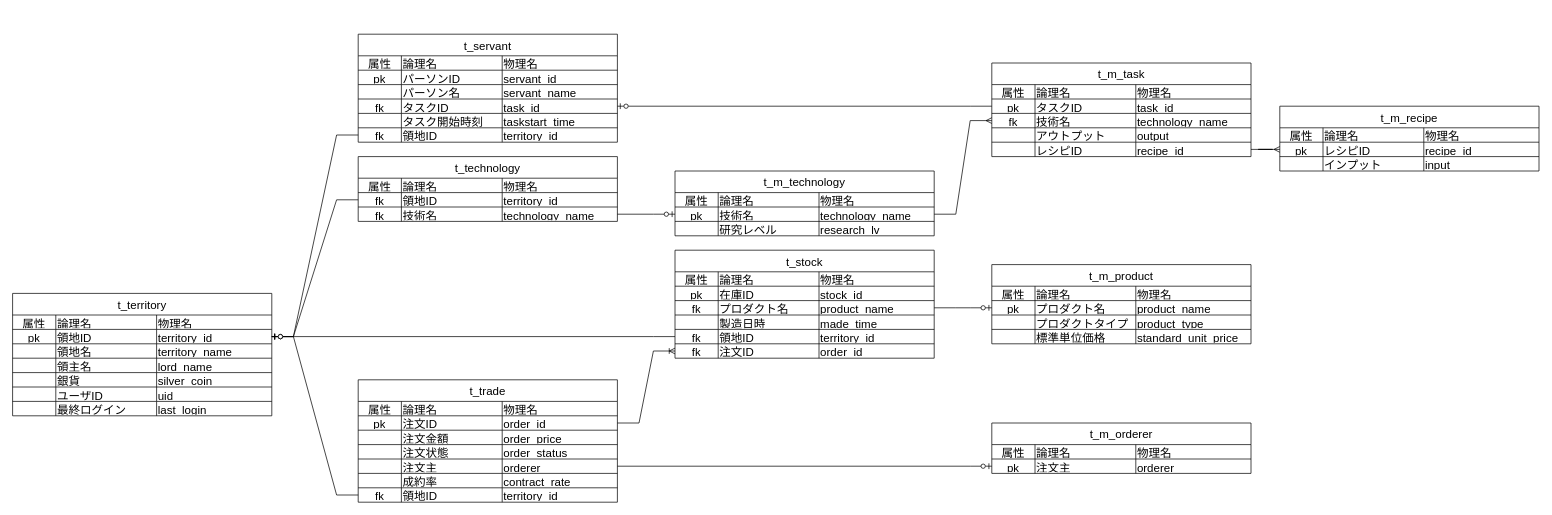
T-Miyaoka/geeklog keeps this draw.io diagram as page "ER" (1 of 4) of table.drawio. Above is the earlier version. Source tidied: cells renumbered, new cells numbered last; positions are measured from the earlier drawing's top-left corner, leaving out a move shared by most shapes. Both pictures are drawn from the tidied source at 72%, with x=0, y=0 at pixel (12, 34).
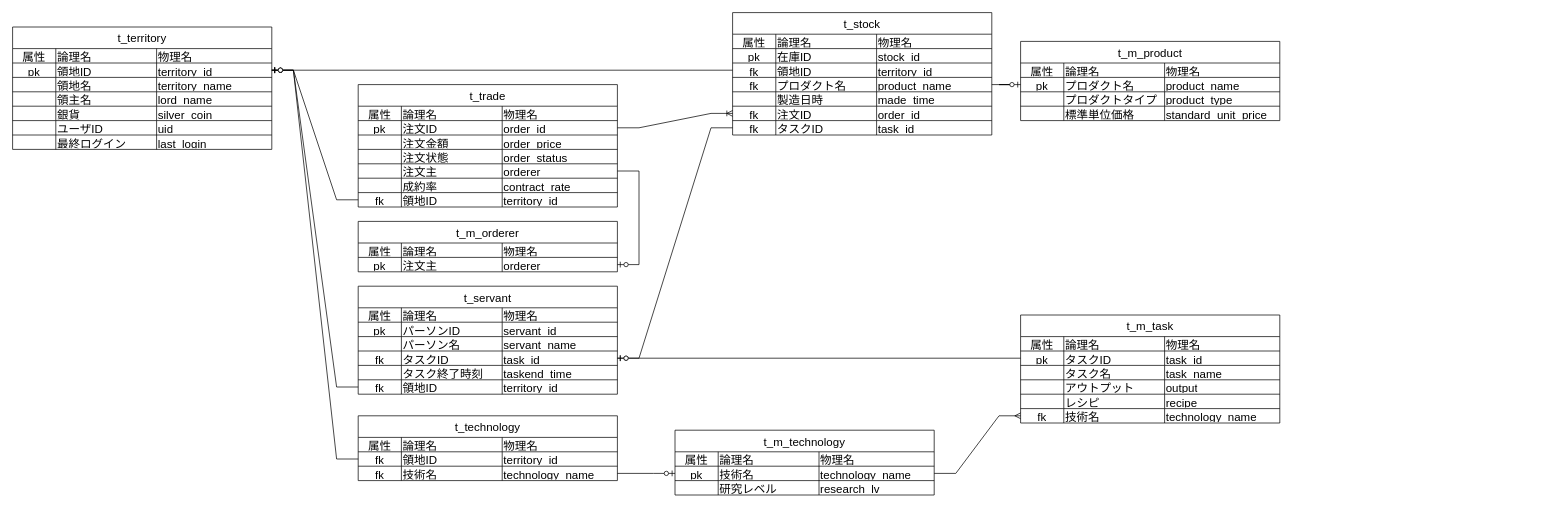
After the change.

The change refers to these unchanged cells:
```xml
<mxCell id="98" style="shape=tableRow;horizontal=0;startSize=0;swimlaneHead=0;swimlaneBody=0;strokeColor=inherit;top=0;left=0;bottom=0;right=0;fillColor=none;points=[[0,0.5],[1,0.5]];portConstraint=eastwest;fontSize=16;" parent="85" vertex="1">
  <mxGeometry y="90" width="360" height="20" as="geometry" />
</mxCell>
<mxCell id="102" style="shape=tableRow;horizontal=0;startSize=0;swimlaneHead=0;swimlaneBody=0;strokeColor=inherit;top=0;left=0;bottom=0;right=0;fillColor=none;fontSize=16;" parent="85" vertex="1">
  <mxGeometry y="110" width="360" height="20" as="geometry" />
</mxCell>
<mxCell id="141" style="shape=tableRow;horizontal=0;startSize=0;swimlaneHead=0;swimlaneBody=0;strokeColor=inherit;top=0;left=0;bottom=0;right=0;fillColor=none;points=[[0,0.5],[1,0.5]];portConstraint=eastwest;fontSize=16;" parent="124" vertex="1">
  <mxGeometry y="110" width="360" height="20" as="geometry" />
</mxCell>
```

Diff of the diagram source:
```diff
@@
     <mxCell id="2" value="t_territory" style="shape=table;startSize=30;childLayout=tableLayout;strokeColor=default;fontSize=16;align=center;" parent="1" vertex="1">
-      <mxGeometry y="360" width="360" height="170" as="geometry" />
+      <mxGeometry y="-10" width="360" height="170" as="geometry" />
     </mxCell>
@@
     <mxCell id="31" value="t_m_technology" style="shape=table;startSize=30;childLayout=tableLayout;strokeColor=default;fontSize=16;align=center;" parent="1" vertex="1">
-      <mxGeometry x="920" y="190" width="360" height="90" as="geometry" />
+      <mxGeometry x="920" y="550" width="360" height="90" as="geometry" />
     </mxCell>
@@
     <mxCell id="45" value="t_technology" style="shape=table;startSize=30;childLayout=tableLayout;strokeColor=default;fontSize=16;align=center;" parent="1" vertex="1">
-      <mxGeometry x="480" y="170" width="360" height="90" as="geometry" />
+      <mxGeometry x="480" y="530" width="360" height="90" as="geometry" />
     </mxCell>
@@
     <mxCell id="60" value="t_stock" style="shape=table;startSize=30;childLayout=tableLayout;strokeColor=default;fontSize=16;align=center;" parent="1" vertex="1">
-      <mxGeometry x="920" y="300" width="360" height="150" as="geometry" />
+      <mxGeometry x="1000" y="-30" width="360" height="170" as="geometry" />
     </mxCell>
@@
+    <mxCell id="77" style="shape=tableRow;horizontal=0;startSize=0;swimlaneHead=0;swimlaneBody=0;strokeColor=inherit;top=0;left=0;bottom=0;right=0;fillColor=none;points=[[0,0.5],[1,0.5]];portConstraint=eastwest;fontSize=16;" parent="60" vertex="1">
+      <mxGeometry y="70" width="360" height="20" as="geometry" />
+    </mxCell>
+    <mxCell id="78" value="fk" style="shape=partialRectangle;html=1;whiteSpace=wrap;strokeColor=inherit;overflow=hidden;fillColor=none;top=0;left=0;bottom=0;right=0;fontSize=16;" parent="77" vertex="1">
+      <mxGeometry width="60" height="20" as="geometry" />
+    </mxCell>
+    <mxCell id="79" value="領地ID" style="shape=partialRectangle;html=1;whiteSpace=wrap;strokeColor=inherit;overflow=hidden;fillColor=none;top=0;left=0;bottom=0;right=0;fontSize=16;align=left;" parent="77" vertex="1">
+      <mxGeometry x="60" width="140" height="20" as="geometry" />
+    </mxCell>
+    <mxCell id="80" value="&lt;span style=&quot;text-align: center; text-wrap: nowrap;&quot;&gt;territory&lt;/span&gt;_id" style="shape=partialRectangle;html=1;whiteSpace=wrap;strokeColor=inherit;overflow=hidden;fillColor=none;top=0;left=0;bottom=0;right=0;fontSize=16;align=left;" parent="77" vertex="1">
+      <mxGeometry x="200" width="160" height="20" as="geometry" />
+    </mxCell>
     <mxCell id="69" style="shape=tableRow;horizontal=0;startSize=0;swimlaneHead=0;swimlaneBody=0;strokeColor=inherit;top=0;left=0;bottom=0;right=0;fillColor=none;points=[[0,0.5],[1,0.5]];portConstraint=eastwest;fontSize=16;" parent="60" vertex="1">
-      <mxGeometry y="70" width="360" height="20" as="geometry" />
+      <mxGeometry y="90" width="360" height="20" as="geometry" />
     </mxCell>
@@
     <mxCell id="73" style="shape=tableRow;horizontal=0;startSize=0;swimlaneHead=0;swimlaneBody=0;strokeColor=inherit;top=0;left=0;bottom=0;right=0;fillColor=none;fontSize=16;" parent="60" vertex="1">
-      <mxGeometry y="90" width="360" height="20" as="geometry" />
+      <mxGeometry y="110" width="360" height="20" as="geometry" />
     </mxCell>
@@
-    <mxCell id="77" style="shape=tableRow;horizontal=0;startSize=0;swimlaneHead=0;swimlaneBody=0;strokeColor=inherit;top=0;left=0;bottom=0;right=0;fillColor=none;points=[[0,0.5],[1,0.5]];portConstraint=eastwest;fontSize=16;" parent="60" vertex="1">
-      <mxGeometry y="110" width="360" height="20" as="geometry" />
-    </mxCell>
-    <mxCell id="78" value="fk" style="shape=partialRectangle;html=1;whiteSpace=wrap;strokeColor=inherit;overflow=hidden;fillColor=none;top=0;left=0;bottom=0;right=0;fontSize=16;" parent="77" vertex="1">
-      <mxGeometry width="60" height="20" as="geometry" />
-    </mxCell>
-    <mxCell id="79" value="領地ID" style="shape=partialRectangle;html=1;whiteSpace=wrap;strokeColor=inherit;overflow=hidden;fillColor=none;top=0;left=0;bottom=0;right=0;fontSize=16;align=left;" parent="77" vertex="1">
-      <mxGeometry x="60" width="140" height="20" as="geometry" />
-    </mxCell>
-    <mxCell id="80" value="&lt;span style=&quot;text-align: center; text-wrap: nowrap;&quot;&gt;territory&lt;/span&gt;_id" style="shape=partialRectangle;html=1;whiteSpace=wrap;strokeColor=inherit;overflow=hidden;fillColor=none;top=0;left=0;bottom=0;right=0;fontSize=16;align=left;" parent="77" vertex="1">
-      <mxGeometry x="200" width="160" height="20" as="geometry" />
-    </mxCell>
@@
+    <mxCell id="207" style="shape=tableRow;horizontal=0;startSize=0;swimlaneHead=0;swimlaneBody=0;strokeColor=inherit;top=0;left=0;bottom=0;right=0;fillColor=none;points=[[0,0.5],[1,0.5]];portConstraint=eastwest;fontSize=16;" parent="60" vertex="1">
+      <mxGeometry y="150" width="360" height="20" as="geometry" />
+    </mxCell>
+    <mxCell id="208" value="fk" style="shape=partialRectangle;html=1;whiteSpace=wrap;strokeColor=inherit;overflow=hidden;fillColor=none;top=0;left=0;bottom=0;right=0;fontSize=16;" parent="207" vertex="1">
+      <mxGeometry width="60" height="20" as="geometry" />
+    </mxCell>
+    <mxCell id="209" value="タスクID" style="shape=partialRectangle;html=1;whiteSpace=wrap;strokeColor=inherit;overflow=hidden;fillColor=none;top=0;left=0;bottom=0;right=0;fontSize=16;align=left;" parent="207" vertex="1">
+      <mxGeometry x="60" width="140" height="20" as="geometry" />
+    </mxCell>
+    <mxCell id="210" value="task_id" style="shape=partialRectangle;html=1;whiteSpace=wrap;strokeColor=inherit;overflow=hidden;fillColor=none;top=0;left=0;bottom=0;right=0;fontSize=16;align=left;" parent="207" vertex="1">
+      <mxGeometry x="200" width="160" height="20" as="geometry" />
+    </mxCell>
     <mxCell id="85" value="t_servant" style="shape=table;startSize=30;childLayout=tableLayout;strokeColor=default;fontSize=16;align=center;" parent="1" vertex="1">
-      <mxGeometry x="480" width="360" height="150" as="geometry" />
+      <mxGeometry x="480" y="350" width="360" height="150" as="geometry" />
     </mxCell>
@@
-    <mxCell id="104" value="タスク開始時刻" style="shape=partialRectangle;html=1;whiteSpace=wrap;strokeColor=inherit;overflow=hidden;fillColor=none;top=0;left=0;bottom=0;right=0;fontSize=16;align=left;" parent="102" vertex="1">
+    <mxCell id="104" value="タスク終了時刻" style="shape=partialRectangle;html=1;whiteSpace=wrap;strokeColor=inherit;overflow=hidden;fillColor=none;top=0;left=0;bottom=0;right=0;fontSize=16;align=left;" parent="102" vertex="1">
       <mxGeometry x="60" width="140" height="20" as="geometry" />
     </mxCell>
-    <mxCell id="105" value="taskstart_time" style="shape=partialRectangle;html=1;whiteSpace=wrap;strokeColor=inherit;overflow=hidden;fillColor=none;top=0;left=0;bottom=0;right=0;fontSize=16;align=left;" parent="102" vertex="1">
+    <mxCell id="105" value="taskend_time" style="shape=partialRectangle;html=1;whiteSpace=wrap;strokeColor=inherit;overflow=hidden;fillColor=none;top=0;left=0;bottom=0;right=0;fontSize=16;align=left;" parent="102" vertex="1">
       <mxGeometry x="200" width="160" height="20" as="geometry" />
     </mxCell>
@@
-    <mxCell id="111" value="t_m_recipe" style="shape=table;startSize=30;childLayout=tableLayout;strokeColor=default;fontSize=16;align=center;" parent="1" vertex="1">
-      <mxGeometry x="1760" y="100" width="360" height="90" as="geometry" />
-    </mxCell>
-    <mxCell id="112" style="shape=tableRow;horizontal=0;startSize=0;swimlaneHead=0;swimlaneBody=0;strokeColor=inherit;top=0;left=0;bottom=0;right=0;fillColor=none;fontSize=16;" parent="111" vertex="1">
-      <mxGeometry y="30" width="360" height="20" as="geometry" />
-    </mxCell>
-    <mxCell id="113" value="属性" style="shape=partialRectangle;html=1;whiteSpace=wrap;strokeColor=inherit;overflow=hidden;fillColor=none;top=0;left=0;bottom=0;right=0;fontSize=16;" parent="112" vertex="1">
-      <mxGeometry width="60" height="20" as="geometry" />
-    </mxCell>
-    <mxCell id="114" value="論理名" style="shape=partialRectangle;html=1;whiteSpace=wrap;strokeColor=inherit;overflow=hidden;fillColor=none;top=0;left=0;bottom=0;right=0;fontSize=16;align=left;" parent="112" vertex="1">
-      <mxGeometry x="60" width="140" height="20" as="geometry" />
-    </mxCell>
-    <mxCell id="115" value="物理名" style="shape=partialRectangle;html=1;whiteSpace=wrap;strokeColor=inherit;overflow=hidden;fillColor=none;top=0;left=0;bottom=0;right=0;fontSize=16;align=left;" parent="112" vertex="1">
-      <mxGeometry x="200" width="160" height="20" as="geometry" />
-    </mxCell>
-    <mxCell id="116" style="shape=tableRow;horizontal=0;startSize=0;swimlaneHead=0;swimlaneBody=0;strokeColor=inherit;top=0;left=0;bottom=0;right=0;fillColor=none;points=[[0,0.5],[1,0.5]];portConstraint=eastwest;fontSize=16;" parent="111" vertex="1">
-      <mxGeometry y="50" width="360" height="20" as="geometry" />
-    </mxCell>
-    <mxCell id="117" value="pk" style="shape=partialRectangle;html=1;whiteSpace=wrap;strokeColor=inherit;overflow=hidden;fillColor=none;top=0;left=0;bottom=0;right=0;fontSize=16;" parent="116" vertex="1">
-      <mxGeometry width="60" height="20" as="geometry" />
-    </mxCell>
-    <mxCell id="118" value="レシピID" style="shape=partialRectangle;html=1;whiteSpace=wrap;strokeColor=inherit;overflow=hidden;fillColor=none;top=0;left=0;bottom=0;right=0;fontSize=16;align=left;" parent="116" vertex="1">
-      <mxGeometry x="60" width="140" height="20" as="geometry" />
-    </mxCell>
-    <mxCell id="119" value="&lt;span style=&quot;text-align: center; text-wrap: nowrap;&quot;&gt;recipe_id&lt;/span&gt;" style="shape=partialRectangle;html=1;whiteSpace=wrap;strokeColor=inherit;overflow=hidden;fillColor=none;top=0;left=0;bottom=0;right=0;fontSize=16;align=left;" parent="116" vertex="1">
-      <mxGeometry x="200" width="160" height="20" as="geometry" />
-    </mxCell>
-    <mxCell id="120" style="shape=tableRow;horizontal=0;startSize=0;swimlaneHead=0;swimlaneBody=0;strokeColor=inherit;top=0;left=0;bottom=0;right=0;fillColor=none;fontSize=16;" parent="111" vertex="1">
-      <mxGeometry y="70" width="360" height="20" as="geometry" />
-    </mxCell>
-    <mxCell id="121" style="shape=partialRectangle;html=1;whiteSpace=wrap;strokeColor=inherit;overflow=hidden;fillColor=none;top=0;left=0;bottom=0;right=0;fontSize=16;" parent="120" vertex="1">
-      <mxGeometry width="60" height="20" as="geometry" />
-    </mxCell>
-    <mxCell id="122" value="インプット" style="shape=partialRectangle;html=1;whiteSpace=wrap;strokeColor=inherit;overflow=hidden;fillColor=none;top=0;left=0;bottom=0;right=0;fontSize=16;align=left;" parent="120" vertex="1">
-      <mxGeometry x="60" width="140" height="20" as="geometry" />
-    </mxCell>
-    <mxCell id="123" value="&lt;div style=&quot;text-align: center;&quot;&gt;&lt;span style=&quot;text-wrap: nowrap;&quot;&gt;input&lt;/span&gt;&lt;/div&gt;" style="shape=partialRectangle;html=1;whiteSpace=wrap;strokeColor=inherit;overflow=hidden;fillColor=none;top=0;left=0;bottom=0;right=0;fontSize=16;align=left;" parent="120" vertex="1">
-      <mxGeometry x="200" width="160" height="20" as="geometry" />
-    </mxCell>
     <mxCell id="124" value="t_m_task" style="shape=table;startSize=30;childLayout=tableLayout;strokeColor=default;fontSize=16;align=center;" parent="1" vertex="1">
-      <mxGeometry x="1360" y="40" width="360" height="130" as="geometry" />
+      <mxGeometry x="1400" y="390" width="360" height="150" as="geometry" />
     </mxCell>
@@
-    <mxCell id="133" style="shape=tableRow;horizontal=0;startSize=0;swimlaneHead=0;swimlaneBody=0;strokeColor=inherit;top=0;left=0;bottom=0;right=0;fillColor=none;points=[[0,0.5],[1,0.5]];portConstraint=eastwest;fontSize=16;" parent="124" vertex="1">
-      <mxGeometry y="70" width="360" height="20" as="geometry" />
-    </mxCell>
-    <mxCell id="134" value="fk" style="shape=partialRectangle;html=1;whiteSpace=wrap;strokeColor=inherit;overflow=hidden;fillColor=none;top=0;left=0;bottom=0;right=0;fontSize=16;" parent="133" vertex="1">
-      <mxGeometry width="60" height="20" as="geometry" />
-    </mxCell>
-    <mxCell id="135" value="技術名" style="shape=partialRectangle;html=1;whiteSpace=wrap;strokeColor=inherit;overflow=hidden;fillColor=none;top=0;left=0;bottom=0;right=0;fontSize=16;align=left;" parent="133" vertex="1">
-      <mxGeometry x="60" width="140" height="20" as="geometry" />
-    </mxCell>
-    <mxCell id="136" value="technology_name" style="shape=partialRectangle;html=1;whiteSpace=wrap;strokeColor=inherit;overflow=hidden;fillColor=none;top=0;left=0;bottom=0;right=0;fontSize=16;align=left;" parent="133" vertex="1">
-      <mxGeometry x="200" width="160" height="20" as="geometry" />
-    </mxCell>
+    <mxCell id="120" style="shape=tableRow;horizontal=0;startSize=0;swimlaneHead=0;swimlaneBody=0;strokeColor=inherit;top=0;left=0;bottom=0;right=0;fillColor=none;fontSize=16;" parent="124" vertex="1">
+      <mxGeometry y="70" width="360" height="20" as="geometry" />
+    </mxCell>
+    <mxCell id="121" style="shape=partialRectangle;html=1;whiteSpace=wrap;strokeColor=inherit;overflow=hidden;fillColor=none;top=0;left=0;bottom=0;right=0;fontSize=16;" parent="120" vertex="1">
+      <mxGeometry width="60" height="20" as="geometry" />
+    </mxCell>
+    <mxCell id="211" value="タスク名" style="shape=partialRectangle;html=1;whiteSpace=wrap;strokeColor=inherit;overflow=hidden;fillColor=none;top=0;left=0;bottom=0;right=0;fontSize=16;align=left;" parent="120" vertex="1">
+      <mxGeometry x="60" width="140" height="20" as="geometry" />
+    </mxCell>
+    <mxCell id="212" value="task_name" style="shape=partialRectangle;html=1;whiteSpace=wrap;strokeColor=inherit;overflow=hidden;fillColor=none;top=0;left=0;bottom=0;right=0;fontSize=16;align=left;" parent="120" vertex="1">
+      <mxGeometry x="200" width="160" height="20" as="geometry" />
+    </mxCell>
@@
-    <mxCell id="143" value="レシピID" style="shape=partialRectangle;html=1;whiteSpace=wrap;strokeColor=inherit;overflow=hidden;fillColor=none;top=0;left=0;bottom=0;right=0;fontSize=16;align=left;" parent="141" vertex="1">
+    <mxCell id="143" value="レシピ" style="shape=partialRectangle;html=1;whiteSpace=wrap;strokeColor=inherit;overflow=hidden;fillColor=none;top=0;left=0;bottom=0;right=0;fontSize=16;align=left;" parent="141" vertex="1">
       <mxGeometry x="60" width="140" height="20" as="geometry" />
     </mxCell>
-    <mxCell id="144" value="&lt;span style=&quot;text-align: center; text-wrap: nowrap;&quot;&gt;recipe_id&lt;/span&gt;" style="shape=partialRectangle;html=1;whiteSpace=wrap;strokeColor=inherit;overflow=hidden;fillColor=none;top=0;left=0;bottom=0;right=0;fontSize=16;align=left;" parent="141" vertex="1">
+    <mxCell id="144" value="&lt;span style=&quot;text-align: center; text-wrap: nowrap;&quot;&gt;recipe&lt;/span&gt;" style="shape=partialRectangle;html=1;whiteSpace=wrap;strokeColor=inherit;overflow=hidden;fillColor=none;top=0;left=0;bottom=0;right=0;fontSize=16;align=left;" parent="141" vertex="1">
       <mxGeometry x="200" width="160" height="20" as="geometry" />
     </mxCell>
+    <mxCell id="133" style="shape=tableRow;horizontal=0;startSize=0;swimlaneHead=0;swimlaneBody=0;strokeColor=inherit;top=0;left=0;bottom=0;right=0;fillColor=none;points=[[0,0.5],[1,0.5]];portConstraint=eastwest;fontSize=16;" parent="124" vertex="1">
+      <mxGeometry y="130" width="360" height="20" as="geometry" />
+    </mxCell>
+    <mxCell id="134" value="fk" style="shape=partialRectangle;html=1;whiteSpace=wrap;strokeColor=inherit;overflow=hidden;fillColor=none;top=0;left=0;bottom=0;right=0;fontSize=16;" parent="133" vertex="1">
+      <mxGeometry width="60" height="20" as="geometry" />
+    </mxCell>
+    <mxCell id="135" value="技術名" style="shape=partialRectangle;html=1;whiteSpace=wrap;strokeColor=inherit;overflow=hidden;fillColor=none;top=0;left=0;bottom=0;right=0;fontSize=16;align=left;" parent="133" vertex="1">
+      <mxGeometry x="60" width="140" height="20" as="geometry" />
+    </mxCell>
+    <mxCell id="136" value="technology_name" style="shape=partialRectangle;html=1;whiteSpace=wrap;strokeColor=inherit;overflow=hidden;fillColor=none;top=0;left=0;bottom=0;right=0;fontSize=16;align=left;" parent="133" vertex="1">
+      <mxGeometry x="200" width="160" height="20" as="geometry" />
+    </mxCell>
@@
-    <mxCell id="147" style="edgeStyle=entityRelationEdgeStyle;fontSize=12;html=1;endArrow=ERmany;rounded=0;entryX=0;entryY=0.5;entryDx=0;entryDy=0;" parent="1" edge="1" source="141" target="116">
-      <mxGeometry relative="1" as="geometry" />
-    </mxCell>
     <mxCell id="148" value="t_m_product" style="shape=table;startSize=30;childLayout=tableLayout;strokeColor=default;fontSize=16;align=center;" parent="1" vertex="1">
-      <mxGeometry x="1360" y="320" width="360" height="110" as="geometry" />
+      <mxGeometry x="1400" y="10" width="360" height="110" as="geometry" />
     </mxCell>
@@
     <mxCell id="166" value="t_trade" style="shape=table;startSize=30;childLayout=tableLayout;strokeColor=default;fontSize=16;align=center;" parent="1" vertex="1">
-      <mxGeometry x="480" y="480" width="360" height="170" as="geometry" />
+      <mxGeometry x="480" y="70" width="360" height="170" as="geometry" />
     </mxCell>
@@
     <mxCell id="196" value="t_m_orderer" style="shape=table;startSize=30;childLayout=tableLayout;strokeColor=default;fontSize=16;align=center;" parent="1" vertex="1">
-      <mxGeometry x="1360" y="540" width="360" height="70" as="geometry" />
+      <mxGeometry x="480" y="260" width="360" height="70" as="geometry" />
     </mxCell>
@@
+    <mxCell id="213" style="edgeStyle=entityRelationEdgeStyle;fontSize=12;html=1;endArrow=ERzeroToOne;endFill=1;rounded=0;exitX=0;exitY=0.5;exitDx=0;exitDy=0;" parent="1" edge="1" source="207" target="98">
+      <mxGeometry relative="1" as="geometry" />
+    </mxCell>
```
